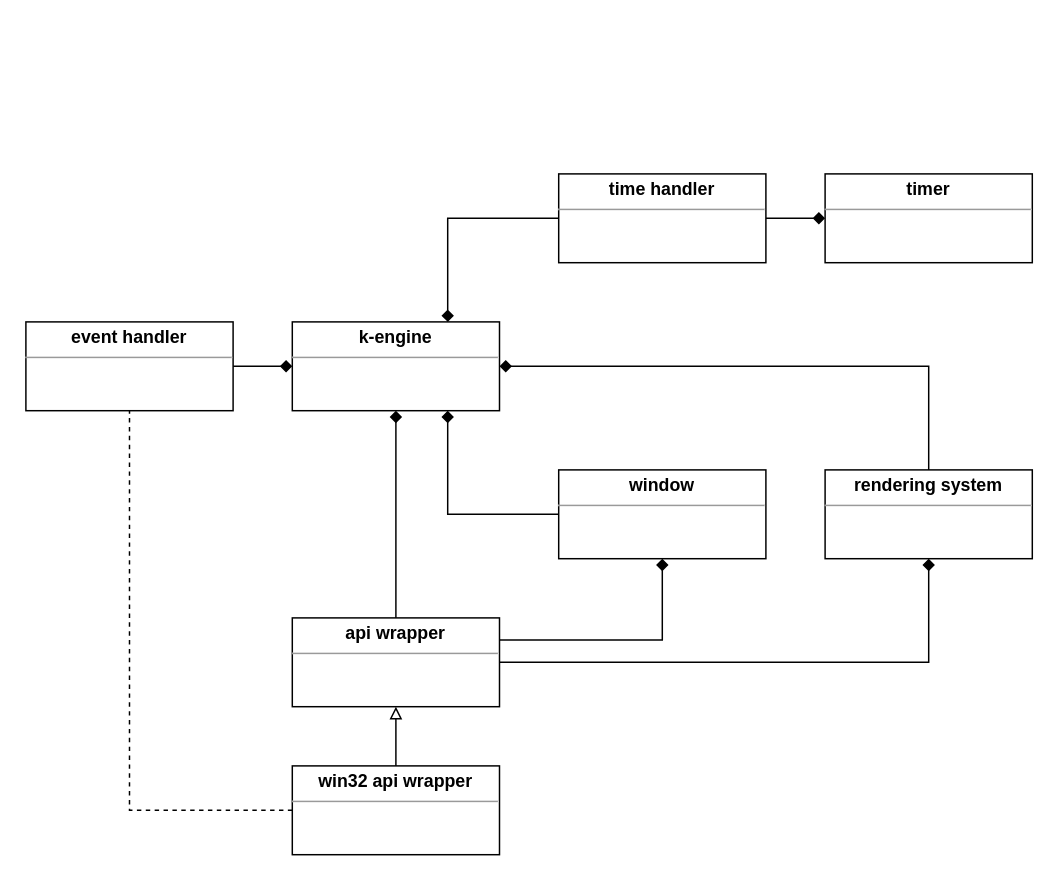
This is _docs/k-engine-classes.drawio from Keshizin/k-engine, a draw.io file, before an edit. Source tidied: cells renumbered, new cells numbered last; positions are measured from the earlier drawing's top-left corner, leaving out a move shared by most shapes. Both pictures are drawn from the tidied source at 148%, with x=0, y=0 at pixel (25, 173).
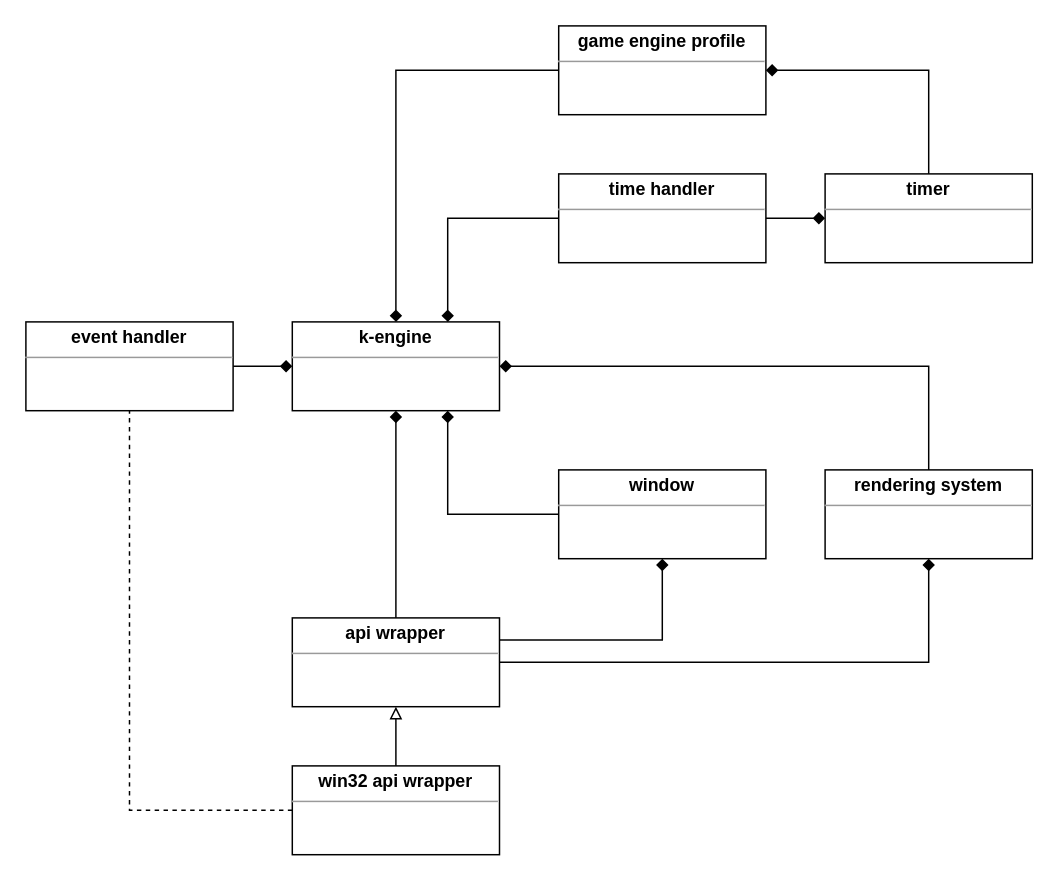
After the change.

Commit message (it also covers changes not shown here):
Updating UML Class Diagram

The change refers to these unchanged cells:
```xml
<mxCell id="2" value="&lt;p style=&quot;margin: 0px ; margin-top: 4px ; text-align: center&quot;&gt;&lt;b&gt;k-engine&lt;/b&gt;&lt;/p&gt;&lt;hr size=&quot;1&quot;&gt;&lt;div style=&quot;height: 2px&quot;&gt;&lt;/div&gt;" style="verticalAlign=top;align=left;overflow=fill;fontSize=12;fontFamily=Helvetica;html=1;" parent="1" vertex="1">
  <mxGeometry x="180" y="100" width="140" height="60" as="geometry" />
</mxCell>
<mxCell id="19" value="&lt;p style=&quot;margin: 0px ; margin-top: 4px ; text-align: center&quot;&gt;&lt;b&gt;timer&lt;/b&gt;&lt;/p&gt;&lt;hr size=&quot;1&quot;&gt;&lt;div style=&quot;height: 2px&quot;&gt;&lt;/div&gt;" style="verticalAlign=top;align=left;overflow=fill;fontSize=12;fontFamily=Helvetica;html=1;" parent="1" vertex="1">
  <mxGeometry x="540" width="140" height="60" as="geometry" />
</mxCell>
```

What changed in the source:
```diff
@@
+    <mxCell id="20" style="edgeStyle=orthogonalEdgeStyle;rounded=0;jettySize=auto;html=1;endArrow=diamond;endFill=1;entryX=1;entryY=0.5;entryDx=0;entryDy=0;exitX=0.5;exitY=0;exitDx=0;exitDy=0;" parent="1" edge="1" source="19" target="22">
+      <mxGeometry relative="1" as="geometry" />
+    </mxCell>
@@
+    <mxCell id="21" style="edgeStyle=orthogonalEdgeStyle;rounded=0;jettySize=auto;html=1;endArrow=diamond;endFill=1;" parent="1" edge="1" source="22" target="2">
+      <mxGeometry relative="1" as="geometry" />
+    </mxCell>
+    <mxCell id="22" value="&lt;p style=&quot;margin: 0px ; margin-top: 4px ; text-align: center&quot;&gt;&lt;b&gt;game engine profile&lt;/b&gt;&lt;/p&gt;&lt;hr size=&quot;1&quot;&gt;&lt;div style=&quot;height: 2px&quot;&gt;&lt;/div&gt;" style="verticalAlign=top;align=left;overflow=fill;fontSize=12;fontFamily=Helvetica;html=1;" parent="1" vertex="1">
+      <mxGeometry x="360" y="-100" width="140" height="60" as="geometry" />
+    </mxCell>
```
